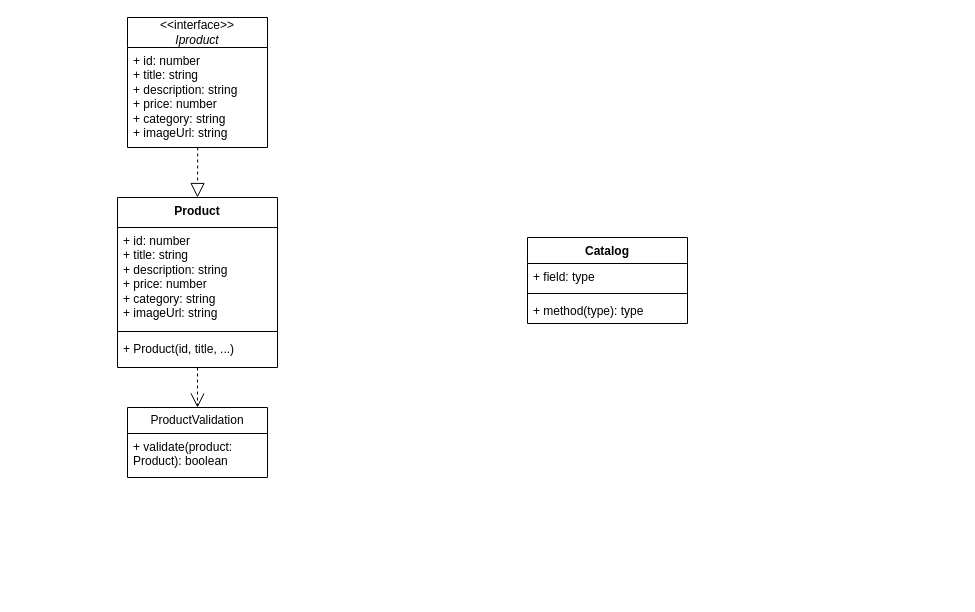
Earlier version of the draw.io diagram docs/uml/Web-Larek_Class_Diagram.drawio (mariannarudenko/web-larek-frontend). Source tidied: cells renumbered, new cells numbered last; positions are measured from the earlier drawing's top-left corner, leaving out a move shared by most shapes. Both pictures are drawn from the tidied source at 100%, with x=0, y=0 at pixel (117, 17).
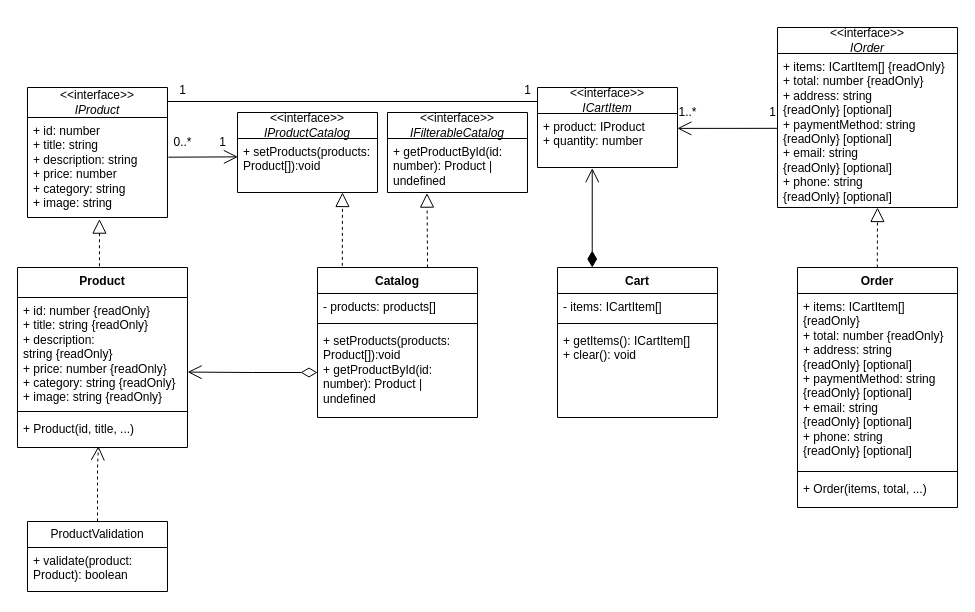
Above is the later version.

What changed in the source:
```diff
@@
     <mxCell id="2" value="Product" style="swimlane;fontStyle=1;align=center;verticalAlign=top;horizontal=1;startSize=30;whiteSpace=wrap;html=1;" parent="1" vertex="1">
-      <mxGeometry y="180" width="160" height="170" as="geometry" />
+      <mxGeometry x="-100" y="250" width="170" height="180" as="geometry" />
     </mxCell>
-    <mxCell id="3" value="+ id: number&lt;div&gt;+ title: string&lt;/div&gt;&lt;div&gt;+ description: string&lt;/div&gt;&lt;div&gt;+ price: number&lt;/div&gt;&lt;div&gt;+ category: string&lt;/div&gt;&lt;div&gt;+ imageUrl: string&lt;/div&gt;" style="text;strokeColor=none;fillColor=none;align=left;verticalAlign=top;spacingLeft=4;spacingRight=4;overflow=hidden;points=[[0,0.5],[1,0.5]];portConstraint=eastwest;whiteSpace=wrap;html=1;" parent="2" vertex="1">
-      <mxGeometry y="30" width="160" height="100" as="geometry" />
+    <mxCell id="3" value="+ id: number {readOnly}&lt;div&gt;+ title: string&amp;nbsp;&lt;span style=&quot;background-color: transparent; color: light-dark(rgb(0, 0, 0), rgb(255, 255, 255));&quot;&gt;{readOnly}&lt;/span&gt;&lt;/div&gt;&lt;div&gt;+ description: string&amp;nbsp;&lt;span style=&quot;background-color: transparent; color: light-dark(rgb(0, 0, 0), rgb(255, 255, 255));&quot;&gt;{readOnly}&lt;/span&gt;&lt;/div&gt;&lt;div&gt;+ price: number&amp;nbsp;&lt;span style=&quot;background-color: transparent; color: light-dark(rgb(0, 0, 0), rgb(255, 255, 255));&quot;&gt;{readOnly}&lt;/span&gt;&lt;/div&gt;&lt;div&gt;+ category: string&amp;nbsp;&lt;span style=&quot;background-color: transparent; color: light-dark(rgb(0, 0, 0), rgb(255, 255, 255));&quot;&gt;{readOnly}&lt;/span&gt;&lt;/div&gt;&lt;div&gt;+ image: string&amp;nbsp;&lt;span style=&quot;background-color: transparent; color: light-dark(rgb(0, 0, 0), rgb(255, 255, 255));&quot;&gt;{readOnly}&lt;/span&gt;&lt;/div&gt;" style="text;strokeColor=none;fillColor=none;align=left;verticalAlign=top;spacingLeft=4;spacingRight=4;overflow=hidden;points=[[0,0.5],[1,0.5]];portConstraint=eastwest;whiteSpace=wrap;html=1;" parent="2" vertex="1">
+      <mxGeometry y="30" width="170" height="110" as="geometry" />
     </mxCell>
     <mxCell id="4" style="line;strokeWidth=1;fillColor=none;align=left;verticalAlign=middle;spacingTop=-1;spacingLeft=3;spacingRight=3;labelPosition=right;strokeColor=inherit;" parent="2" vertex="1">
-      <mxGeometry y="130" width="160" height="8" as="geometry" />
+      <mxGeometry y="140" width="170" height="8" as="geometry" />
     </mxCell>
     <mxCell id="5" value="+ Product(id, title, ...)" style="text;strokeColor=none;fillColor=none;align=left;verticalAlign=top;spacingLeft=4;spacingRight=4;overflow=hidden;points=[[0,0.5],[1,0.5]];portConstraint=eastwest;whiteSpace=wrap;html=1;" parent="2" vertex="1">
-      <mxGeometry y="138" width="160" height="32" as="geometry" />
+      <mxGeometry y="148" width="170" height="32" as="geometry" />
     </mxCell>
     <mxCell id="6" value="ProductValidation" style="swimlane;fontStyle=0;horizontal=1;startSize=26;fillColor=none;whiteSpace=wrap;html=1;" parent="1" vertex="1">
-      <mxGeometry x="10" y="390" width="140" height="70" as="geometry" />
+      <mxGeometry x="-90" y="504" width="140" height="70" as="geometry" />
     </mxCell>
@@
-    <mxCell id="8" value="&amp;lt;&amp;lt;interface&amp;gt;&amp;gt;&lt;div&gt;&lt;i&gt;Iproduct&lt;/i&gt;&lt;/div&gt;" style="swimlane;fontStyle=0;horizontal=1;startSize=30;fillColor=none;whiteSpace=wrap;html=1;" parent="1" vertex="1">
-      <mxGeometry x="10" width="140" height="130" as="geometry" />
+    <mxCell id="8" value="&amp;lt;&amp;lt;interface&amp;gt;&amp;gt;&lt;div&gt;&lt;i&gt;IProduct&lt;/i&gt;&lt;/div&gt;" style="swimlane;fontStyle=0;horizontal=1;startSize=30;fillColor=none;whiteSpace=wrap;html=1;" parent="1" vertex="1">
+      <mxGeometry x="-90" y="70" width="140" height="130" as="geometry" />
     </mxCell>
-    <mxCell id="9" value="+ id: number&lt;div&gt;+ title: string&lt;/div&gt;&lt;div&gt;+ description: string&lt;/div&gt;&lt;div&gt;+ price: number&lt;/div&gt;&lt;div&gt;+ category: string&lt;/div&gt;&lt;div&gt;+ imageUrl: string&lt;/div&gt;" style="text;strokeColor=none;fillColor=none;align=left;verticalAlign=top;spacingLeft=4;spacingRight=4;overflow=hidden;points=[[0,0.5],[1,0.5]];portConstraint=eastwest;whiteSpace=wrap;html=1;" parent="8" vertex="1">
+    <mxCell id="9" value="+ id: number&lt;div&gt;+ title: string&lt;/div&gt;&lt;div&gt;+ description: string&lt;/div&gt;&lt;div&gt;+ price: number&lt;/div&gt;&lt;div&gt;+ category: string&lt;/div&gt;&lt;div&gt;+ image: string&lt;/div&gt;" style="text;strokeColor=none;fillColor=none;align=left;verticalAlign=top;spacingLeft=4;spacingRight=4;overflow=hidden;points=[[0,0.5],[1,0.5]];portConstraint=eastwest;whiteSpace=wrap;html=1;" parent="8" vertex="1">
       <mxGeometry y="30" width="140" height="100" as="geometry" />
     </mxCell>
-    <mxCell id="10" style="endArrow=block;dashed=1;endFill=0;endSize=12;html=1;rounded=0;exitX=0.443;exitY=0.016;exitDx=0;exitDy=0;exitPerimeter=0;entryX=0.5;entryY=0;entryDx=0;entryDy=0;" parent="1" edge="1" target="2">
-      <mxGeometry relative="1" as="geometry">
-        <mxPoint x="80.2" y="130" as="sourcePoint" />
-      </mxGeometry>
+    <mxCell id="10" style="endArrow=block;dashed=1;endFill=0;endSize=12;html=1;rounded=0;exitX=0.482;exitY=-0.007;exitDx=0;exitDy=0;exitPerimeter=0;entryX=0.514;entryY=1.016;entryDx=0;entryDy=0;entryPerimeter=0;" parent="1" edge="1" source="2" target="9">
+      <mxGeometry relative="1" as="geometry" />
     </mxCell>
-    <mxCell id="11" style="endArrow=open;endSize=12;dashed=1;html=1;rounded=0;entryX=0.5;entryY=0;entryDx=0;entryDy=0;" parent="1" edge="1" target="6">
+    <mxCell id="11" style="endArrow=open;endSize=12;dashed=1;html=1;rounded=0;entryX=0.476;entryY=0.958;entryDx=0;entryDy=0;entryPerimeter=0;exitX=0.5;exitY=0;exitDx=0;exitDy=0;" parent="1" edge="1" source="6" target="5">
       <mxGeometry relative="1" as="geometry">
-        <mxPoint x="80" y="350" as="sourcePoint" />
         <Array as="points">
-          <mxPoint x="80" y="380" />
+          <mxPoint x="-20" y="450" />
         </Array>
       </mxGeometry>
     </mxCell>
     <mxCell id="12" value="Catalog" style="swimlane;fontStyle=1;align=center;verticalAlign=top;horizontal=1;startSize=26;whiteSpace=wrap;html=1;" parent="1" vertex="1">
-      <mxGeometry x="410" y="220" width="160" height="86" as="geometry" />
+      <mxGeometry x="200" y="250" width="160" height="150" as="geometry" />
     </mxCell>
-    <mxCell id="13" value="+ field: type" style="text;strokeColor=none;fillColor=none;align=left;verticalAlign=top;spacingLeft=4;spacingRight=4;overflow=hidden;whiteSpace=wrap;html=1;" parent="12" vertex="1">
+    <mxCell id="13" value="- products: products[]" style="text;strokeColor=none;fillColor=none;align=left;verticalAlign=top;spacingLeft=4;spacingRight=4;overflow=hidden;whiteSpace=wrap;html=1;" parent="12" vertex="1">
       <mxGeometry y="26" width="160" height="26" as="geometry" />
     </mxCell>
@@
-    <mxCell id="15" value="+ method(type): type" style="text;strokeColor=none;fillColor=none;align=left;verticalAlign=top;spacingLeft=4;spacingRight=4;overflow=hidden;points=[[0,0.5],[1,0.5]];portConstraint=eastwest;whiteSpace=wrap;html=1;" parent="12" vertex="1">
-      <mxGeometry y="60" width="160" height="26" as="geometry" />
+    <mxCell id="15" value="+ setProducts(products: Product[]):void&lt;div&gt;+ getProductById(id: number): Product | undefined&lt;/div&gt;" style="text;strokeColor=none;fillColor=none;align=left;verticalAlign=top;spacingLeft=4;spacingRight=4;overflow=hidden;points=[[0,0.5],[1,0.5]];portConstraint=eastwest;whiteSpace=wrap;html=1;" parent="12" vertex="1">
+      <mxGeometry y="60" width="160" height="90" as="geometry" />
     </mxCell>
+    <mxCell id="16" value="&amp;lt;&amp;lt;interface&amp;gt;&amp;gt;&lt;div&gt;&lt;i&gt;IProductCatalog&lt;/i&gt;&lt;/div&gt;" style="swimlane;fontStyle=0;horizontal=1;startSize=26;fillColor=none;whiteSpace=wrap;html=1;" parent="1" vertex="1">
+      <mxGeometry x="120" y="95" width="140" height="80" as="geometry" />
+    </mxCell>
+    <mxCell id="17" value="+ setProducts(products: Product[]):void" style="text;strokeColor=none;fillColor=none;align=left;verticalAlign=top;spacingLeft=4;spacingRight=4;overflow=hidden;points=[[0,0.5],[1,0.5]];portConstraint=eastwest;whiteSpace=wrap;html=1;" parent="16" vertex="1">
+      <mxGeometry y="26" width="140" height="54" as="geometry" />
+    </mxCell>
+    <mxCell id="18" style="endArrow=block;dashed=1;endFill=0;endSize=12;html=1;rounded=0;exitX=0.688;exitY=0;exitDx=0;exitDy=0;exitPerimeter=0;entryX=0.282;entryY=1.011;entryDx=0;entryDy=0;entryPerimeter=0;" parent="1" edge="1" source="12" target="20">
+      <mxGeometry relative="1" as="geometry" />
+    </mxCell>
+    <mxCell id="19" value="&amp;lt;&amp;lt;interface&amp;gt;&amp;gt;&lt;div&gt;&lt;i&gt;IFilterableCatalog&lt;/i&gt;&lt;/div&gt;" style="swimlane;fontStyle=0;horizontal=1;startSize=26;fillColor=none;whiteSpace=wrap;html=1;" parent="1" vertex="1">
+      <mxGeometry x="270" y="95" width="140" height="80" as="geometry" />
+    </mxCell>
+    <mxCell id="20" value="&lt;div&gt;+ getProductById(id: number): Product | undefined&lt;/div&gt;" style="text;strokeColor=none;fillColor=none;align=left;verticalAlign=top;spacingLeft=4;spacingRight=4;overflow=hidden;points=[[0,0.5],[1,0.5]];portConstraint=eastwest;whiteSpace=wrap;html=1;" parent="19" vertex="1">
+      <mxGeometry y="26" width="140" height="54" as="geometry" />
+    </mxCell>
+    <mxCell id="21" style="endArrow=block;dashed=1;endFill=0;endSize=12;html=1;rounded=0;entryX=0.75;entryY=1;entryDx=0;entryDy=0;exitX=0.155;exitY=-0.011;exitDx=0;exitDy=0;exitPerimeter=0;" parent="1" edge="1" source="12" target="16">
+      <mxGeometry relative="1" as="geometry" />
+    </mxCell>
+    <mxCell id="22" value="&amp;lt;&amp;lt;interface&amp;gt;&amp;gt;&lt;div&gt;&lt;i&gt;ICartIt&lt;/i&gt;&lt;i style=&quot;background-color: transparent; color: light-dark(rgb(0, 0, 0), rgb(255, 255, 255));&quot;&gt;em&lt;/i&gt;&lt;/div&gt;" style="swimlane;fontStyle=0;horizontal=1;startSize=26;fillColor=none;whiteSpace=wrap;html=1;" parent="1" vertex="1">
+      <mxGeometry x="420" y="70" width="140" height="80" as="geometry" />
+    </mxCell>
+    <mxCell id="23" value="+ product: IProduct&lt;div&gt;+ quantity: number&lt;/div&gt;" style="text;strokeColor=none;fillColor=none;align=left;verticalAlign=top;spacingLeft=4;spacingRight=4;overflow=hidden;points=[[0,0.5],[1,0.5]];portConstraint=eastwest;whiteSpace=wrap;html=1;" parent="22" vertex="1">
+      <mxGeometry y="26" width="140" height="54" as="geometry" />
+    </mxCell>
+    <mxCell id="24" value="Cart" style="swimlane;fontStyle=1;align=center;verticalAlign=top;horizontal=1;startSize=26;whiteSpace=wrap;html=1;" parent="1" vertex="1">
+      <mxGeometry x="440" y="250" width="160" height="150" as="geometry" />
+    </mxCell>
+    <mxCell id="25" value="- items: ICartItem[]" style="text;strokeColor=none;fillColor=none;align=left;verticalAlign=top;spacingLeft=4;spacingRight=4;overflow=hidden;whiteSpace=wrap;html=1;" parent="24" vertex="1">
+      <mxGeometry y="26" width="160" height="26" as="geometry" />
+    </mxCell>
+    <mxCell id="26" style="line;strokeWidth=1;fillColor=none;align=left;verticalAlign=middle;spacingTop=-1;spacingLeft=3;spacingRight=3;labelPosition=right;strokeColor=inherit;" parent="24" vertex="1">
+      <mxGeometry y="52" width="160" height="8" as="geometry" />
+    </mxCell>
+    <mxCell id="27" value="&lt;div&gt;+ getItems(): ICartItem[]&lt;/div&gt;&lt;div&gt;+ clear(): void&lt;/div&gt;" style="text;strokeColor=none;fillColor=none;align=left;verticalAlign=top;spacingLeft=4;spacingRight=4;overflow=hidden;whiteSpace=wrap;html=1;" parent="24" vertex="1">
+      <mxGeometry y="60" width="160" height="90" as="geometry" />
+    </mxCell>
+    <mxCell id="28" style="endArrow=open;html=1;endSize=12;startArrow=diamondThin;startSize=14;startFill=0;edgeStyle=orthogonalEdgeStyle;align=left;verticalAlign=bottom;rounded=0;entryX=1.001;entryY=0.678;entryDx=0;entryDy=0;entryPerimeter=0;exitX=0;exitY=0.5;exitDx=0;exitDy=0;" parent="1" edge="1" source="15" target="3">
+      <mxGeometry x="-1" y="3" relative="1" as="geometry" />
+    </mxCell>
+    <mxCell id="29" style="endArrow=open;html=1;endSize=12;startArrow=diamondThin;startSize=14;startFill=1;edgeStyle=orthogonalEdgeStyle;align=left;verticalAlign=bottom;rounded=0;exitX=0.217;exitY=0;exitDx=0;exitDy=0;exitPerimeter=0;entryX=0.391;entryY=1.013;entryDx=0;entryDy=0;entryPerimeter=0;" parent="1" edge="1" source="24" target="23">
+      <mxGeometry x="-0.8" y="-5" relative="1" as="geometry" />
+    </mxCell>
+    <mxCell id="30" style="line;strokeWidth=1;fillColor=none;align=left;verticalAlign=middle;spacingTop=-1;spacingLeft=3;spacingRight=3;labelPosition=right;strokeColor=inherit;" parent="1" vertex="1">
+      <mxGeometry x="50" y="80" width="370" height="8" as="geometry" />
+    </mxCell>
+    <mxCell id="31" value="&amp;lt;&amp;lt;interface&amp;gt;&amp;gt;&lt;div&gt;&lt;i&gt;IOrder&lt;/i&gt;&lt;/div&gt;" style="swimlane;fontStyle=0;horizontal=1;startSize=26;fillColor=none;whiteSpace=wrap;html=1;" parent="1" vertex="1">
+      <mxGeometry x="660" y="10" width="180" height="180" as="geometry" />
+    </mxCell>
+    <mxCell id="32" value="+ items: ICartItem[] {readOnly}&lt;div&gt;+ total: number {readOnly}&lt;/div&gt;&lt;div&gt;+ address: string {readOnly}&amp;nbsp;[optional]&lt;/div&gt;&lt;div&gt;+ paymentMethod: string {readOnly}&amp;nbsp;[optional]&lt;/div&gt;&lt;div&gt;+ email: string {readOnly}&amp;nbsp;[optional]&lt;/div&gt;&lt;div&gt;+ phone: string {readOnly}&amp;nbsp;[optional]&lt;/div&gt;" style="text;strokeColor=none;fillColor=none;align=left;verticalAlign=top;spacingLeft=4;spacingRight=4;overflow=hidden;points=[[0,0.5],[1,0.5]];portConstraint=eastwest;whiteSpace=wrap;html=1;" parent="31" vertex="1">
+      <mxGeometry y="26" width="180" height="154" as="geometry" />
+    </mxCell>
+    <mxCell id="33" value="Order" style="swimlane;fontStyle=1;align=center;verticalAlign=top;horizontal=1;startSize=26;whiteSpace=wrap;html=1;" parent="1" vertex="1">
+      <mxGeometry x="680" y="250" width="160" height="240" as="geometry" />
+    </mxCell>
+    <mxCell id="34" value="+ items: ICartItem[] {readOnly}&lt;div&gt;+ total: number {readOnly}&lt;/div&gt;&lt;div&gt;+ address: string {readOnly}&amp;nbsp;[optional]&lt;/div&gt;&lt;div&gt;+ paymentMethod: string {readOnly}&amp;nbsp;[optional]&lt;/div&gt;&lt;div&gt;+ email: string {readOnly}&amp;nbsp;[optional]&lt;/div&gt;&lt;div&gt;+ phone: string {readOnly}&amp;nbsp;[optional]&lt;/div&gt;" style="text;strokeColor=none;fillColor=none;align=left;verticalAlign=top;spacingLeft=4;spacingRight=4;overflow=hidden;whiteSpace=wrap;html=1;" parent="33" vertex="1">
+      <mxGeometry y="26" width="160" height="174" as="geometry" />
+    </mxCell>
+    <mxCell id="35" style="line;strokeWidth=1;fillColor=none;align=left;verticalAlign=middle;spacingTop=-1;spacingLeft=3;spacingRight=3;labelPosition=right;strokeColor=inherit;" parent="33" vertex="1">
+      <mxGeometry y="200" width="160" height="8" as="geometry" />
+    </mxCell>
+    <mxCell id="36" value="+ Order(items, total, ...)" style="text;strokeColor=none;fillColor=none;align=left;verticalAlign=top;spacingLeft=4;spacingRight=4;overflow=hidden;whiteSpace=wrap;html=1;" parent="33" vertex="1">
+      <mxGeometry y="208" width="160" height="32" as="geometry" />
+    </mxCell>
+    <mxCell id="37" style="endArrow=block;dashed=1;endFill=0;endSize=12;html=1;rounded=0;entryX=0.282;entryY=1.011;entryDx=0;entryDy=0;entryPerimeter=0;exitX=0.124;exitY=0;exitDx=0;exitDy=0;exitPerimeter=0;" parent="1" edge="1">
+      <mxGeometry relative="1" as="geometry">
+        <mxPoint x="759.8" y="250" as="sourcePoint" />
+        <mxPoint x="760" y="190" as="targetPoint" />
+      </mxGeometry>
+    </mxCell>
+    <mxCell id="38" style="endArrow=open;endFill=1;endSize=12;html=1;rounded=0;exitX=-0.001;exitY=0.486;exitDx=0;exitDy=0;entryX=0.999;entryY=0.276;entryDx=0;entryDy=0;entryPerimeter=0;exitPerimeter=0;" parent="1" edge="1" source="32" target="23">
+      <mxGeometry relative="1" as="geometry" />
+    </mxCell>
+    <mxCell id="39" value="1" style="text;html=1;align=center;verticalAlign=middle;strokeColor=none;fillColor=none;" parent="1" vertex="1">
+      <mxGeometry x="640" y="80" width="30" height="30" as="geometry" />
+    </mxCell>
+    <mxCell id="40" value="1..*" style="text;html=1;align=center;verticalAlign=middle;strokeColor=none;fillColor=none;" parent="1" vertex="1">
+      <mxGeometry x="550" y="80" width="40" height="30" as="geometry" />
+    </mxCell>
+    <mxCell id="41" value="1" style="text;html=1;align=center;verticalAlign=middle;strokeColor=none;fillColor=none;" parent="1" vertex="1">
+      <mxGeometry x="50" y="58" width="30" height="30" as="geometry" />
+    </mxCell>
+    <mxCell id="42" value="1" style="text;html=1;align=center;verticalAlign=middle;strokeColor=none;fillColor=none;" parent="1" vertex="1">
+      <mxGeometry x="395" y="58" width="30" height="30" as="geometry" />
+    </mxCell>
+    <mxCell id="43" style="endArrow=open;endFill=1;endSize=12;html=1;rounded=0;entryX=0.003;entryY=0.34;entryDx=0;entryDy=0;entryPerimeter=0;exitX=1.006;exitY=0.397;exitDx=0;exitDy=0;exitPerimeter=0;" parent="1" edge="1" source="9" target="17">
+      <mxGeometry relative="1" as="geometry" />
+    </mxCell>
+    <mxCell id="44" value="1" style="text;html=1;align=center;verticalAlign=middle;strokeColor=none;fillColor=none;" parent="1" vertex="1">
+      <mxGeometry x="90" y="110" width="30" height="30" as="geometry" />
+    </mxCell>
+    <mxCell id="45" value="0..*" style="text;html=1;align=center;verticalAlign=middle;strokeColor=none;fillColor=none;" parent="1" vertex="1">
+      <mxGeometry x="45" y="110" width="40" height="30" as="geometry" />
+    </mxCell>
```
